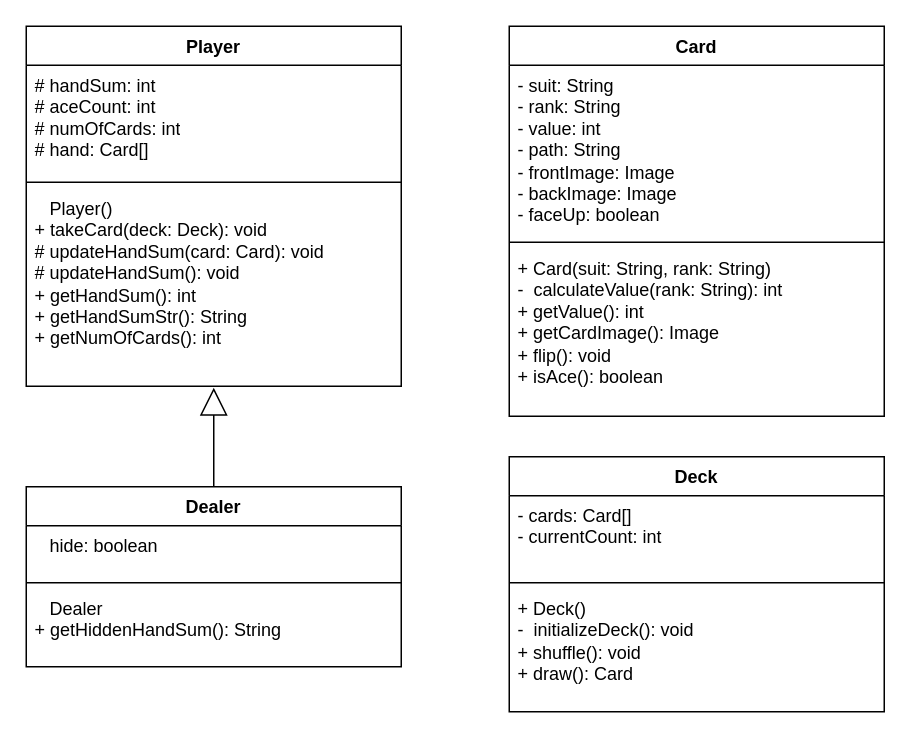
This is BlackjackUML.drawio from AimanIskndr/BlackjackOOP, a draw.io file, before an edit. Source tidied: cells renumbered, new cells numbered last; positions are measured from the earlier drawing's top-left corner, leaving out a move shared by most shapes. Both pictures are drawn from the tidied source at 150%, with x=0, y=0 at pixel (26, 26).
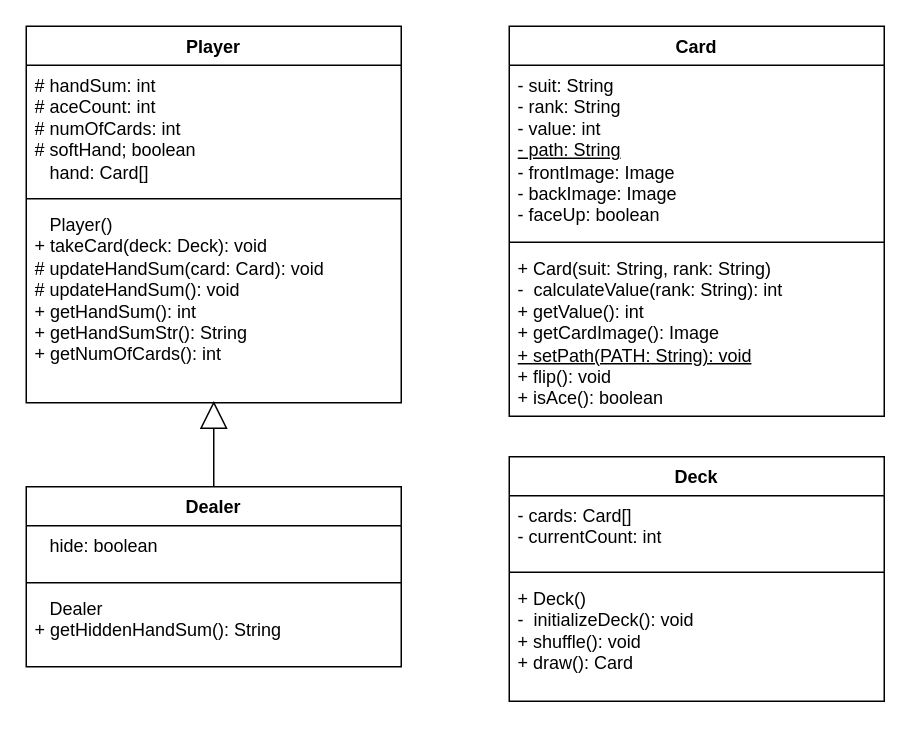
Above is the later version.

Change to the diagram source:
```diff
@@
 <mxGraphModel>
   <root>
     <mxCell id="0" />
     <mxCell id="1" parent="0" />
     <mxCell id="2" value="Card" style="swimlane;fontStyle=1;align=center;verticalAlign=top;horizontal=1;startSize=26;whiteSpace=wrap;html=1;" parent="1" vertex="1">
       <mxGeometry x="322" width="250" height="260" as="geometry" />
     </mxCell>
-    <mxCell id="3" value="- suit: String&lt;br&gt;- rank: String&lt;br&gt;- value: int&lt;br&gt;- path: String&lt;br&gt;- frontImage: Image&lt;br&gt;- backImage: Image&lt;br&gt;- faceUp: boolean" style="text;strokeColor=none;fillColor=none;align=left;verticalAlign=top;spacingLeft=4;spacingRight=4;overflow=hidden;whiteSpace=wrap;html=1;" parent="2" vertex="1">
+    <mxCell id="3" value="- suit: String&lt;br&gt;- rank: String&lt;br&gt;- value: int&lt;br&gt;&lt;u&gt;- path: String&lt;/u&gt;&lt;br&gt;- frontImage: Image&lt;br&gt;- backImage: Image&lt;br&gt;- faceUp: boolean" style="text;strokeColor=none;fillColor=none;align=left;verticalAlign=top;spacingLeft=4;spacingRight=4;overflow=hidden;whiteSpace=wrap;html=1;" parent="2" vertex="1">
       <mxGeometry y="26" width="250" height="114" as="geometry" />
     </mxCell>
     <mxCell id="4" style="line;strokeWidth=1;fillColor=none;align=left;verticalAlign=middle;spacingTop=-1;spacingLeft=3;spacingRight=3;labelPosition=right;strokeColor=inherit;" parent="2" vertex="1">
       <mxGeometry y="140" width="250" height="8" as="geometry" />
     </mxCell>
-    <mxCell id="5" value="+ Card(suit: String, rank: String)&lt;br&gt;-&amp;nbsp; calculateValue(rank: String): int&lt;br&gt;+ getValue(): int&lt;br&gt;+ getCardImage(): Image&lt;br&gt;+ flip(): void&lt;br&gt;+ isAce(): boolean&lt;br&gt;" style="text;strokeColor=none;fillColor=none;align=left;verticalAlign=top;spacingLeft=4;spacingRight=4;overflow=hidden;whiteSpace=wrap;html=1;" parent="2" vertex="1">
+    <mxCell id="5" value="+ Card(suit: String, rank: String)&lt;br&gt;-&amp;nbsp; calculateValue(rank: String): int&lt;br&gt;+ getValue(): int&lt;br&gt;+ getCardImage(): Image&lt;br&gt;&lt;u&gt;+ setPath(PATH: String): void&lt;/u&gt;&lt;br&gt;+ flip(): void&lt;br&gt;+ isAce(): boolean" style="text;strokeColor=none;fillColor=none;align=left;verticalAlign=top;spacingLeft=4;spacingRight=4;overflow=hidden;whiteSpace=wrap;html=1;" parent="2" vertex="1">
       <mxGeometry y="148" width="250" height="112" as="geometry" />
     </mxCell>
     <mxCell id="6" value="Deck" style="swimlane;fontStyle=1;align=center;verticalAlign=top;horizontal=1;startSize=26;whiteSpace=wrap;html=1;" parent="1" vertex="1">
-      <mxGeometry x="322" y="287" width="250" height="170" as="geometry" />
+      <mxGeometry x="322" y="287" width="250" height="163" as="geometry" />
     </mxCell>
     <mxCell id="7" value="&lt;div&gt;&lt;span style=&quot;background-color: initial;&quot;&gt;- cards: Card[]&lt;/span&gt;&lt;br&gt;&lt;/div&gt;&lt;div&gt;- currentCount: int&lt;/div&gt;" style="text;strokeColor=none;fillColor=none;align=left;verticalAlign=top;spacingLeft=4;spacingRight=4;overflow=hidden;whiteSpace=wrap;html=1;" parent="6" vertex="1">
-      <mxGeometry y="26" width="250" height="54" as="geometry" />
+      <mxGeometry y="26" width="250" height="47" as="geometry" />
     </mxCell>
     <mxCell id="8" style="line;strokeWidth=1;fillColor=none;align=left;verticalAlign=middle;spacingTop=-1;spacingLeft=3;spacingRight=3;labelPosition=right;strokeColor=inherit;" parent="6" vertex="1">
-      <mxGeometry y="80" width="250" height="8" as="geometry" />
+      <mxGeometry y="73" width="250" height="8" as="geometry" />
     </mxCell>
     <mxCell id="9" value="&lt;div&gt;&lt;span style=&quot;background-color: initial;&quot;&gt;+ Deck()&lt;/span&gt;&lt;br&gt;&lt;/div&gt;&lt;div&gt;-&amp;nbsp; initializeDeck(): void&lt;/div&gt;&lt;div&gt;+ shuffle(): void&lt;/div&gt;&lt;div&gt;+ draw(): Card&lt;/div&gt;&lt;div&gt;&lt;br&gt;&lt;/div&gt;" style="text;strokeColor=none;fillColor=none;align=left;verticalAlign=top;spacingLeft=4;spacingRight=4;overflow=hidden;whiteSpace=wrap;html=1;" parent="6" vertex="1">
-      <mxGeometry y="88" width="250" height="82" as="geometry" />
+      <mxGeometry y="81" width="250" height="82" as="geometry" />
     </mxCell>
     <mxCell id="10" value="Player" style="swimlane;fontStyle=1;align=center;verticalAlign=top;horizontal=1;startSize=26;whiteSpace=wrap;html=1;" parent="1" vertex="1">
-      <mxGeometry width="250" height="240" as="geometry" />
+      <mxGeometry width="250" height="251" as="geometry" />
     </mxCell>
-    <mxCell id="11" value="&lt;div&gt;&lt;span style=&quot;background-color: initial;&quot;&gt;# handSum: int&lt;/span&gt;&lt;br&gt;&lt;/div&gt;&lt;div&gt;# aceCount: int&lt;/div&gt;&lt;div&gt;# numOfCards: int&lt;/div&gt;&lt;div&gt;# hand: Card[]&lt;/div&gt;&lt;div&gt;&lt;br&gt;&lt;/div&gt;" style="text;strokeColor=none;fillColor=none;align=left;verticalAlign=top;spacingLeft=4;spacingRight=4;overflow=hidden;whiteSpace=wrap;html=1;" parent="10" vertex="1">
-      <mxGeometry y="26" width="250" height="74" as="geometry" />
+    <mxCell id="11" value="&lt;div&gt;&lt;span style=&quot;background-color: initial;&quot;&gt;# handSum: int&lt;/span&gt;&lt;br&gt;&lt;/div&gt;&lt;div&gt;# aceCount: int&lt;/div&gt;&lt;div&gt;# numOfCards: int&lt;/div&gt;&lt;div&gt;# softHand; boolean&lt;/div&gt;&lt;div&gt;&amp;nbsp; &amp;nbsp;hand: Card[]&lt;/div&gt;&lt;div&gt;&lt;br&gt;&lt;/div&gt;" style="text;strokeColor=none;fillColor=none;align=left;verticalAlign=top;spacingLeft=4;spacingRight=4;overflow=hidden;whiteSpace=wrap;html=1;" parent="10" vertex="1">
+      <mxGeometry y="26" width="250" height="85" as="geometry" />
     </mxCell>
     <mxCell id="12" style="line;strokeWidth=1;fillColor=none;align=left;verticalAlign=middle;spacingTop=-1;spacingLeft=3;spacingRight=3;labelPosition=right;strokeColor=inherit;" parent="10" vertex="1">
-      <mxGeometry y="100" width="250" height="8" as="geometry" />
+      <mxGeometry y="111" width="250" height="8" as="geometry" />
     </mxCell>
     <mxCell id="13" value="&lt;div&gt;&lt;span style=&quot;background-color: initial;&quot;&gt;&amp;nbsp; &amp;nbsp;Player()&lt;/span&gt;&lt;br&gt;&lt;/div&gt;&lt;div&gt;+ takeCard(deck: Deck): void&lt;/div&gt;&lt;div&gt;# updateHandSum(card: Card): void&lt;/div&gt;&lt;div&gt;# updateHandSum(): void&lt;/div&gt;&lt;div&gt;+ getHandSum(): int&lt;/div&gt;&lt;div&gt;+ getHandSumStr(): String&lt;/div&gt;&lt;div&gt;+ getNumOfCards(): int&lt;/div&gt;&lt;div&gt;&lt;br&gt;&lt;/div&gt;" style="text;strokeColor=none;fillColor=none;align=left;verticalAlign=top;spacingLeft=4;spacingRight=4;overflow=hidden;points=[[0,0.5],[1,0.5]];portConstraint=eastwest;whiteSpace=wrap;html=1;" parent="10" vertex="1">
-      <mxGeometry y="108" width="250" height="132" as="geometry" />
+      <mxGeometry y="119" width="250" height="132" as="geometry" />
     </mxCell>
     <mxCell id="14" value="Dealer" style="swimlane;fontStyle=1;align=center;verticalAlign=top;horizontal=1;startSize=26;whiteSpace=wrap;html=1;" parent="1" vertex="1">
       <mxGeometry y="307" width="250" height="120" as="geometry" />
     </mxCell>
     <mxCell id="15" value="&lt;div&gt;&amp;nbsp; &amp;nbsp;hide: boolean&lt;/div&gt;&lt;div&gt;&lt;br&gt;&lt;/div&gt;" style="text;strokeColor=none;fillColor=none;align=left;verticalAlign=top;spacingLeft=4;spacingRight=4;overflow=hidden;whiteSpace=wrap;html=1;" parent="14" vertex="1">
       <mxGeometry y="26" width="250" height="34" as="geometry" />
     </mxCell>
     <mxCell id="16" style="line;strokeWidth=1;fillColor=none;align=left;verticalAlign=middle;spacingTop=-1;spacingLeft=3;spacingRight=3;labelPosition=right;strokeColor=inherit;" parent="14" vertex="1">
       <mxGeometry y="60" width="250" height="8" as="geometry" />
     </mxCell>
     <mxCell id="17" value="&lt;div&gt;&amp;nbsp; &amp;nbsp;Dealer&lt;/div&gt;&lt;div&gt;+ getHiddenHandSum(): String&lt;/div&gt;" style="text;strokeColor=none;fillColor=none;align=left;verticalAlign=top;spacingLeft=4;spacingRight=4;overflow=hidden;whiteSpace=wrap;html=1;" parent="14" vertex="1">
       <mxGeometry y="68" width="250" height="52" as="geometry" />
     </mxCell>
-    <mxCell id="18" style="endArrow=block;endSize=16;endFill=0;html=1;rounded=0;exitX=0.5;exitY=0;exitDx=0;exitDy=0;exitPerimeter=0;" parent="1" edge="1" source="14">
-      <mxGeometry relative="1" as="geometry">
-        <mxPoint x="125" y="241" as="targetPoint" />
-      </mxGeometry>
+    <mxCell id="18" style="endArrow=block;endSize=16;endFill=0;html=1;rounded=0;exitX=0.5;exitY=0;exitDx=0;exitDy=0;exitPerimeter=0;entryX=0.5;entryY=0.991;entryDx=0;entryDy=0;entryPerimeter=0;" parent="1" edge="1" source="14" target="13">
+      <mxGeometry relative="1" as="geometry" />
     </mxCell>
   </root>
 </mxGraphModel>
```
